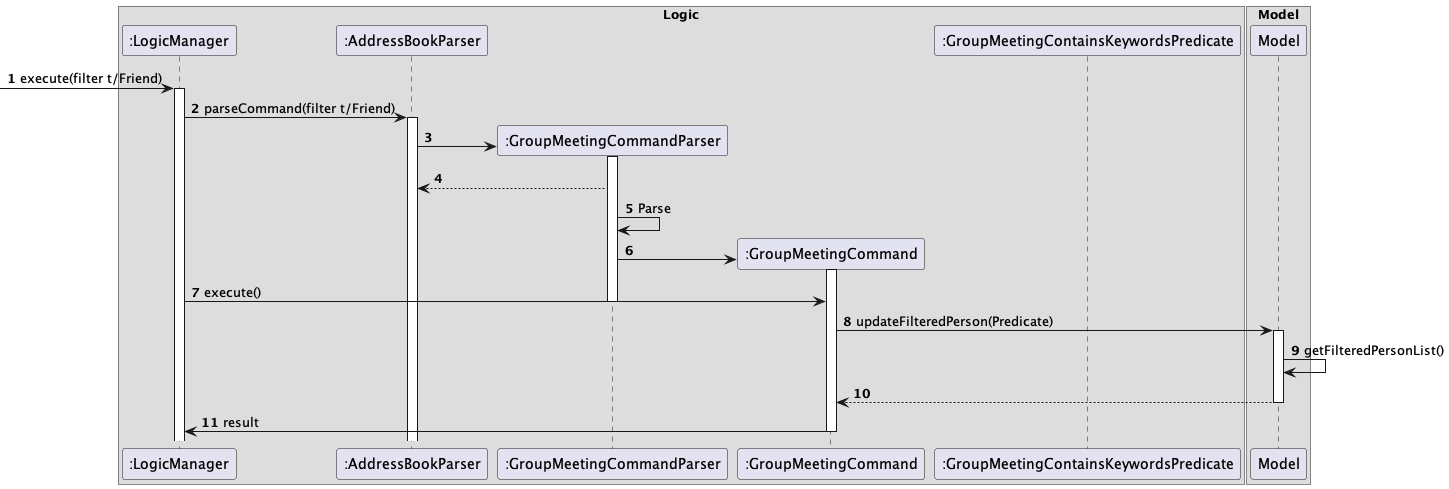
Before: diagrams/GroupMeetingSequenceDiagram.png, a diagram exported from PlantUML (johnnythesnake12/tp).
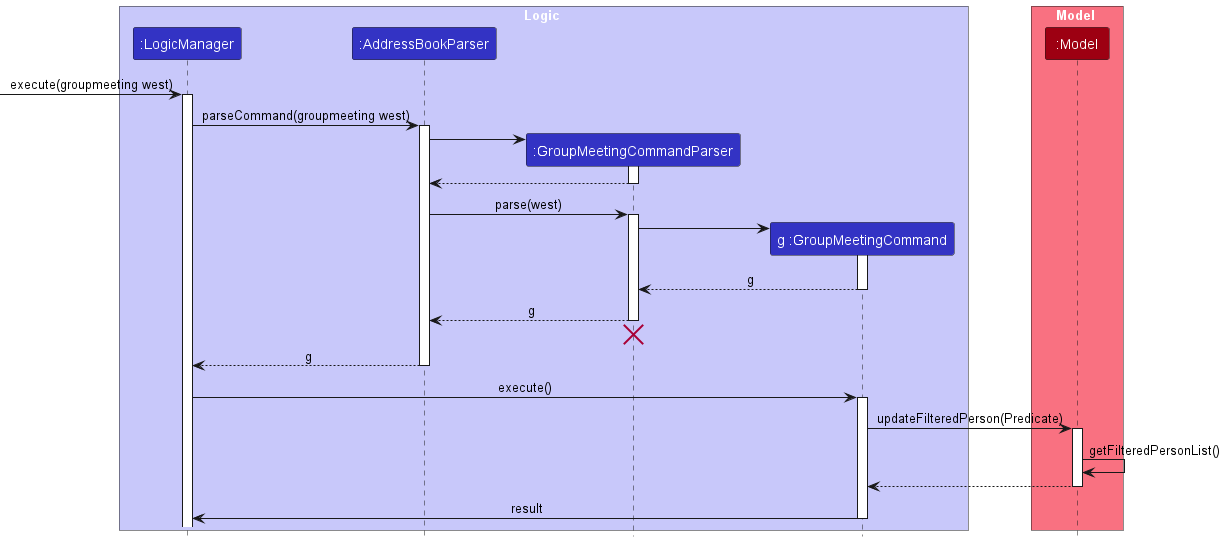
After the commit.

Change to the diagram source:
```diff
@@ -1,18 +1,22 @@
 @startuml
+!include style.puml
+skinparam ArrowFontStyle plain
 
-box Logic
-participant ":LogicManager" as LogicManager
-participant ":AddressBookParser" as AddressBookParser
-participant ":GroupMeetingCommandParser" as GroupMeetingCommandParser
-participant ":GroupMeetingCommand" as GroupMeetingCommand
-participant ":GroupMeetingContainsKeywordsPredicate" as GroupMeetingContainsKeywordsPredicate
+box Logic LOGIC_COLOR_T1
+participant ":LogicManager" as LogicManager LOGIC_COLOR
+participant ":AddressBookParser" as AddressBookParser LOGIC_COLOR
+participant ":GroupMeetingCommandParser" as GroupMeetingCommandParser LOGIC_COLOR
+participant "g :GroupMeetingCommand" as GroupMeetingCommand LOGIC_COLOR
 end box
 
-autonumber
-[->LogicManager : execute(filter t/Friend)
+box Model MODEL_COLOR_T1
+participant ":Model" as Model MODEL_COLOR
+end box
+
+[->LogicManager : execute(groupmeeting west)
 activate LogicManager
 
-LogicManager -> AddressBookParser : parseCommand(filter t/Friend)
+LogicManager -> AddressBookParser : parseCommand(groupmeeting west)
 activate AddressBookParser
 
 create GroupMeetingCommandParser
@@ -20,13 +24,27 @@
 activate GroupMeetingCommandParser
 
 GroupMeetingCommandParser --> AddressBookParser
-GroupMeetingCommandParser -> GroupMeetingCommandParser : Parse
+deactivate GroupMeetingCommandParser
+
+AddressBookParser -> GroupMeetingCommandParser : parse(west)
+activate GroupMeetingCommandParser
 
 create GroupMeetingCommand
 GroupMeetingCommandParser -> GroupMeetingCommand
 activate GroupMeetingCommand
+
+GroupMeetingCommand --> GroupMeetingCommandParser: g
+deactivate GroupMeetingCommand
+
+GroupMeetingCommandParser --> AddressBookParser: g
+deactivate GroupMeetingCommandParser
+GroupMeetingCommandParser -[hidden]-> AddressBookParser
+destroy GroupMeetingCommandParser
+
+AddressBookParser --> LogicManager: g
+deactivate AddressBookParser
 LogicManager -> GroupMeetingCommand : execute()
-deactivate GroupMeetingCommandParser
+activate GroupMeetingCommand
 
 GroupMeetingCommand -> Model : updateFilteredPerson(Predicate)
 activate Model
@@ -36,7 +54,4 @@
 LogicManager <- GroupMeetingCommand: result
 deactivate GroupMeetingCommand
 
-box Model
-participant ":Model" as Model
-end box
 @enduml
```
